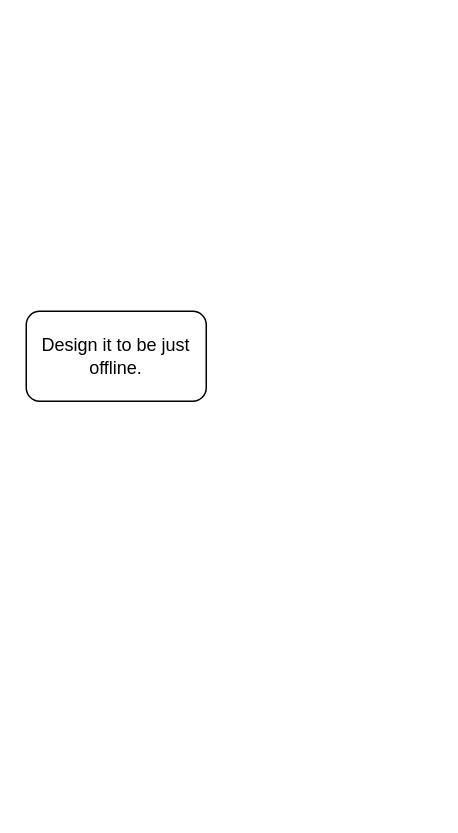
Earlier version of the draw.io diagram page "Sprints" (4 of 4) of dsa-cli.drawio (NeneWang/000-draw-diagrams). Source tidied: cells renumbered, new cells numbered last; positions are measured from the earlier drawing's top-left corner, leaving out a move shared by most shapes. Both pictures are drawn from the tidied source at 150%, with x=0, y=0 at pixel (26, 310).
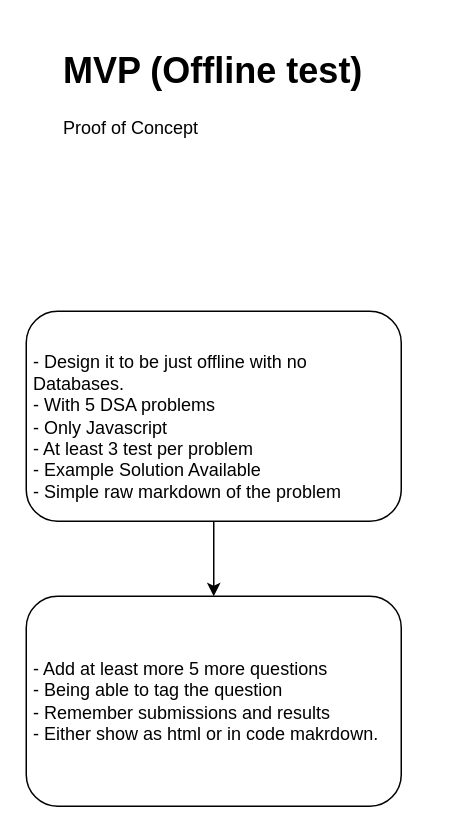
The same page after the edit.

Diff of the diagram source:
```diff
@@
 <mxGraphModel>
   <root>
     <mxCell id="0" />
     <mxCell id="1" parent="0" />
+    <mxCell id="3" style="edgeStyle=orthogonalEdgeStyle;rounded=0;jettySize=auto;html=1;" parent="1" edge="1" source="2" target="5">
+      <mxGeometry relative="1" as="geometry" />
+    </mxCell>
-    <mxCell id="2" value="Design it to be just offline." style="rounded=1;whiteSpace=wrap;html=1;fillColor=none;gradientColor=none;" parent="1" vertex="1">
-      <mxGeometry width="120" height="60" as="geometry" />
+    <mxCell id="2" value="&lt;br&gt;- Design it to be just offline with no Databases.&lt;br&gt;- With 5 DSA problems&lt;br&gt;- Only Javascript&lt;br&gt;- At least 3 test per problem&lt;br&gt;- Example Solution Available&lt;br&gt;- Simple raw markdown of the problem" style="rounded=1;whiteSpace=wrap;html=1;fillColor=none;gradientColor=none;align=left;spacingTop=0;spacingLeft=3;spacingRight=5;" parent="1" vertex="1">
+      <mxGeometry width="250" height="140" as="geometry" />
     </mxCell>
+    <mxCell id="4" value="&lt;h1&gt;MVP (Offline test)&lt;/h1&gt;&lt;p&gt;Proof of Concept&lt;/p&gt;" style="text;html=1;strokeColor=none;fillColor=none;spacing=5;spacingTop=-20;whiteSpace=wrap;overflow=hidden;rounded=0;" parent="1" vertex="1">
+      <mxGeometry x="20" y="-180" width="250" height="150" as="geometry" />
+    </mxCell>
+    <mxCell id="5" value="- Add at least more 5 more questions&lt;br&gt;- Being able to tag the question&lt;br&gt;- Remember submissions and results&lt;br&gt;- Either show as html or in code makrdown." style="rounded=1;whiteSpace=wrap;html=1;fillColor=none;gradientColor=none;align=left;spacingTop=0;spacingLeft=3;spacingRight=5;" parent="1" vertex="1">
+      <mxGeometry y="190" width="250" height="140" as="geometry" />
+    </mxCell>
   </root>
 </mxGraphModel>
```
